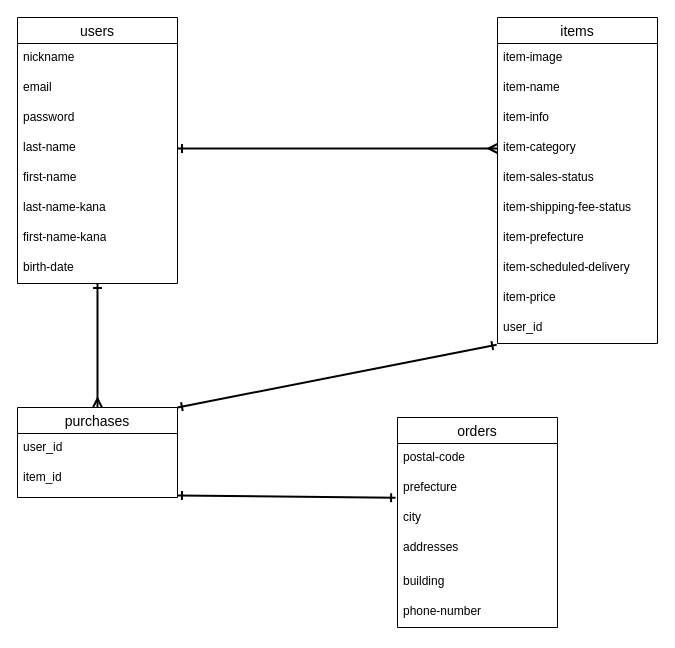
Earlier version of the draw.io diagram ER.dio (kazuya0529/furima-42081). Source tidied: cells renumbered, new cells numbered last; positions are measured from the earlier drawing's top-left corner, leaving out a move shared by most shapes. Both pictures are drawn from the tidied source at 100%, with x=0, y=0 at pixel (17, 17).
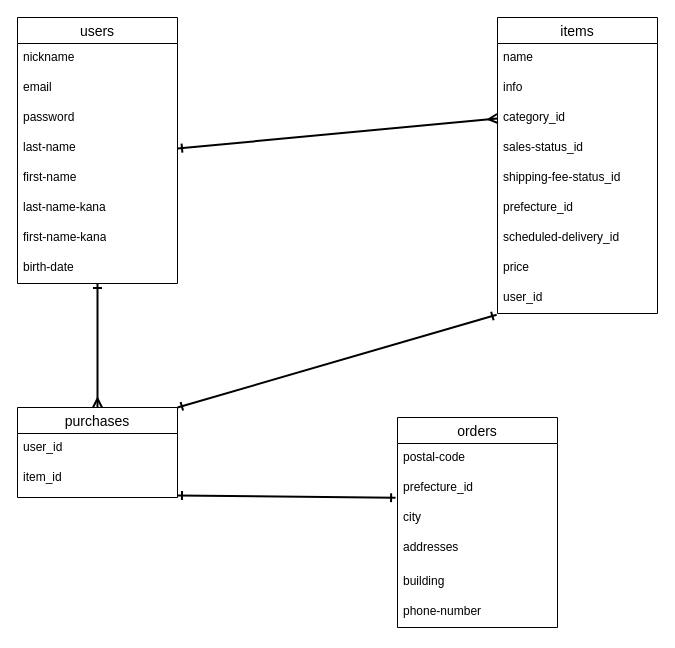
The same diagram, later.

The change refers to these unchanged cells:
```xml
<mxCell id="27" value="orders" style="swimlane;fontStyle=0;horizontal=1;startSize=26;align=center;fontSize=14;" parent="1" vertex="1">
  <mxGeometry x="380" y="400" width="160" height="210" as="geometry" />
</mxCell>
```

Diff of the diagram source:
```diff
@@
     <mxCell id="11" value="items" style="swimlane;fontStyle=0;horizontal=1;startSize=26;align=center;fontSize=14;" parent="1" vertex="1">
-      <mxGeometry x="480" width="160" height="326" as="geometry" />
+      <mxGeometry x="480" width="160" height="296" as="geometry" />
     </mxCell>
-    <mxCell id="12" value="item-image" style="text;strokeColor=none;fillColor=none;spacingLeft=4;spacingRight=4;overflow=hidden;fontSize=12;whiteSpace=wrap;html=1;" parent="11" vertex="1">
-      <mxGeometry y="26" width="160" height="30" as="geometry" />
-    </mxCell>
-    <mxCell id="13" value="&lt;span style=&quot;color: rgb(0, 0, 0);&quot;&gt;item-name&lt;/span&gt;" style="text;strokeColor=none;fillColor=none;spacingLeft=4;spacingRight=4;overflow=hidden;fontSize=12;whiteSpace=wrap;html=1;" parent="11" vertex="1">
-      <mxGeometry y="56" width="160" height="30" as="geometry" />
+    <mxCell id="13" value="&lt;span style=&quot;color: rgb(0, 0, 0);&quot;&gt;name&lt;/span&gt;" style="text;strokeColor=none;fillColor=none;spacingLeft=4;spacingRight=4;overflow=hidden;fontSize=12;whiteSpace=wrap;html=1;" parent="11" vertex="1">
+      <mxGeometry y="26" width="160" height="30" as="geometry" />
     </mxCell>
-    <mxCell id="14" value="&lt;span style=&quot;color: rgb(0, 0, 0);&quot;&gt;item-info&lt;/span&gt;" style="text;strokeColor=none;fillColor=none;spacingLeft=4;spacingRight=4;overflow=hidden;fontSize=12;whiteSpace=wrap;html=1;" parent="11" vertex="1">
-      <mxGeometry y="86" width="160" height="30" as="geometry" />
+    <mxCell id="14" value="&lt;span style=&quot;color: rgb(0, 0, 0);&quot;&gt;info&lt;/span&gt;" style="text;strokeColor=none;fillColor=none;spacingLeft=4;spacingRight=4;overflow=hidden;fontSize=12;whiteSpace=wrap;html=1;" parent="11" vertex="1">
+      <mxGeometry y="56" width="160" height="30" as="geometry" />
     </mxCell>
-    <mxCell id="15" value="&lt;span style=&quot;color: rgb(0, 0, 0);&quot;&gt;item-category&lt;/span&gt;" style="text;strokeColor=none;fillColor=none;spacingLeft=4;spacingRight=4;overflow=hidden;points=[[0,0.5],[1,0.5]];portConstraint=eastwest;fontSize=12;whiteSpace=wrap;html=1;" parent="11" vertex="1">
-      <mxGeometry y="116" width="160" height="30" as="geometry" />
+    <mxCell id="15" value="&lt;span style=&quot;color: rgb(0, 0, 0);&quot;&gt;category_id&lt;/span&gt;" style="text;strokeColor=none;fillColor=none;spacingLeft=4;spacingRight=4;overflow=hidden;points=[[0,0.5],[1,0.5]];portConstraint=eastwest;fontSize=12;whiteSpace=wrap;html=1;" parent="11" vertex="1">
+      <mxGeometry y="86" width="160" height="30" as="geometry" />
     </mxCell>
-    <mxCell id="16" value="&lt;span style=&quot;color: rgb(0, 0, 0);&quot;&gt;item-sales-status&lt;/span&gt;" style="text;strokeColor=none;fillColor=none;spacingLeft=4;spacingRight=4;overflow=hidden;fontSize=12;whiteSpace=wrap;html=1;" parent="11" vertex="1">
-      <mxGeometry y="146" width="160" height="30" as="geometry" />
+    <mxCell id="16" value="&lt;span style=&quot;color: rgb(0, 0, 0);&quot;&gt;sales-status&lt;/span&gt;&lt;span style=&quot;color: rgb(0, 0, 0);&quot;&gt;_id&lt;/span&gt;" style="text;strokeColor=none;fillColor=none;spacingLeft=4;spacingRight=4;overflow=hidden;fontSize=12;whiteSpace=wrap;html=1;" parent="11" vertex="1">
+      <mxGeometry y="116" width="160" height="30" as="geometry" />
     </mxCell>
-    <mxCell id="17" value="&lt;span style=&quot;color: rgb(0, 0, 0);&quot;&gt;item-shipping-fee-status&lt;/span&gt;" style="text;strokeColor=none;fillColor=none;spacingLeft=4;spacingRight=4;overflow=hidden;fontSize=12;whiteSpace=wrap;html=1;" parent="11" vertex="1">
-      <mxGeometry y="176" width="160" height="30" as="geometry" />
+    <mxCell id="17" value="&lt;span style=&quot;color: rgb(0, 0, 0);&quot;&gt;shipping-fee-status&lt;/span&gt;&lt;span style=&quot;color: rgb(0, 0, 0);&quot;&gt;_id&lt;/span&gt;" style="text;strokeColor=none;fillColor=none;spacingLeft=4;spacingRight=4;overflow=hidden;fontSize=12;whiteSpace=wrap;html=1;" parent="11" vertex="1">
+      <mxGeometry y="146" width="160" height="30" as="geometry" />
     </mxCell>
-    <mxCell id="18" value="&lt;span style=&quot;color: rgb(0, 0, 0);&quot;&gt;item-prefecture&lt;/span&gt;" style="text;strokeColor=none;fillColor=none;spacingLeft=4;spacingRight=4;overflow=hidden;fontSize=12;whiteSpace=wrap;html=1;" parent="11" vertex="1">
-      <mxGeometry y="206" width="160" height="30" as="geometry" />
+    <mxCell id="18" value="&lt;span style=&quot;color: rgb(0, 0, 0);&quot;&gt;prefecture&lt;/span&gt;&lt;span style=&quot;color: rgb(0, 0, 0);&quot;&gt;_id&lt;/span&gt;" style="text;strokeColor=none;fillColor=none;spacingLeft=4;spacingRight=4;overflow=hidden;fontSize=12;whiteSpace=wrap;html=1;" parent="11" vertex="1">
+      <mxGeometry y="176" width="160" height="30" as="geometry" />
     </mxCell>
-    <mxCell id="19" value="&lt;span style=&quot;color: rgb(0, 0, 0);&quot;&gt;item-scheduled-delivery&lt;/span&gt;" style="text;strokeColor=none;fillColor=none;spacingLeft=4;spacingRight=4;overflow=hidden;fontSize=12;whiteSpace=wrap;html=1;" parent="11" vertex="1">
-      <mxGeometry y="236" width="160" height="30" as="geometry" />
+    <mxCell id="19" value="&lt;span style=&quot;color: rgb(0, 0, 0);&quot;&gt;scheduled-delivery&lt;/span&gt;&lt;span style=&quot;color: rgb(0, 0, 0);&quot;&gt;_id&lt;/span&gt;" style="text;strokeColor=none;fillColor=none;spacingLeft=4;spacingRight=4;overflow=hidden;fontSize=12;whiteSpace=wrap;html=1;" parent="11" vertex="1">
+      <mxGeometry y="206" width="160" height="30" as="geometry" />
     </mxCell>
-    <mxCell id="20" value="&lt;span style=&quot;color: rgb(0, 0, 0);&quot;&gt;item-price&lt;/span&gt;" style="text;strokeColor=none;fillColor=none;spacingLeft=4;spacingRight=4;overflow=hidden;fontSize=12;whiteSpace=wrap;html=1;" parent="11" vertex="1">
-      <mxGeometry y="266" width="160" height="30" as="geometry" />
+    <mxCell id="20" value="&lt;span style=&quot;color: rgb(0, 0, 0);&quot;&gt;price&lt;/span&gt;" style="text;strokeColor=none;fillColor=none;spacingLeft=4;spacingRight=4;overflow=hidden;fontSize=12;whiteSpace=wrap;html=1;" parent="11" vertex="1">
+      <mxGeometry y="236" width="160" height="30" as="geometry" />
     </mxCell>
     <mxCell id="21" value="user_id" style="text;strokeColor=none;fillColor=none;spacingLeft=4;spacingRight=4;overflow=hidden;points=[[0,0.5],[1,0.5]];portConstraint=eastwest;fontSize=12;whiteSpace=wrap;html=1;" parent="11" vertex="1">
-      <mxGeometry y="296" width="160" height="30" as="geometry" />
+      <mxGeometry y="266" width="160" height="30" as="geometry" />
     </mxCell>
@@
-    <mxCell id="29" value="prefecture" style="text;strokeColor=none;fillColor=none;spacingLeft=4;spacingRight=4;overflow=hidden;points=[[0,0.5],[1,0.5]];portConstraint=eastwest;fontSize=12;whiteSpace=wrap;html=1;" parent="27" vertex="1">
+    <mxCell id="29" value="prefecture&lt;span style=&quot;color: rgb(0, 0, 0);&quot;&gt;_id&lt;/span&gt;" style="text;strokeColor=none;fillColor=none;spacingLeft=4;spacingRight=4;overflow=hidden;points=[[0,0.5],[1,0.5]];portConstraint=eastwest;fontSize=12;whiteSpace=wrap;html=1;" parent="27" vertex="1">
       <mxGeometry y="56" width="160" height="30" as="geometry" />
     </mxCell>
```
